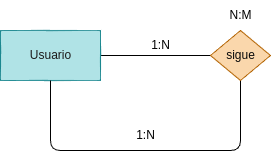
The draw.io diagram tareas/tarea-3/images/ejercicio8.drawio.png in betancorge/base-datos-2, before a commit. Source tidied: cells renumbered, new cells last; positions are measured from the earlier drawing's top-left corner, leaving out a move shared by most shapes.
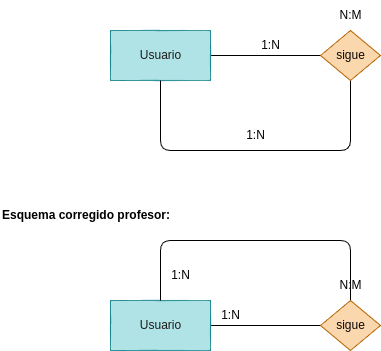
Above is the later version.

The edit, as a diff of the source:
```diff
@@ -28,5 +28,36 @@
     <mxCell id="8" value="1:N" style="text;html=1;align=center;verticalAlign=middle;strokeColor=none;fillColor=none;" parent="1" vertex="1">
       <mxGeometry x="125" y="120" width="40" height="30" as="geometry" />
     </mxCell>
+    <mxCell id="9" style="edgeStyle=none;html=1;entryX=0;entryY=0.5;entryDx=0;entryDy=0;endArrow=none;endFill=0;" parent="1" edge="1" source="10" target="12">
+      <mxGeometry relative="1" as="geometry" />
+    </mxCell>
+    <mxCell id="10" value="&lt;font color=&quot;#1d1b1b&quot;&gt;Usuario&lt;/font&gt;" style="html=1;dashed=0;whitespace=wrap;fillColor=#b0e3e6;strokeColor=#0e8088;" parent="1" vertex="1">
+      <mxGeometry y="300" width="100" height="50" as="geometry" />
+    </mxCell>
+    <mxCell id="11" style="edgeStyle=none;html=1;endArrow=none;endFill=0;" parent="1" edge="1" source="12">
+      <mxGeometry relative="1" as="geometry">
+        <mxPoint x="50" y="300" as="targetPoint" />
+        <Array as="points">
+          <mxPoint x="240" y="240" />
+          <mxPoint x="140" y="240" />
+          <mxPoint x="50" y="240" />
+        </Array>
+      </mxGeometry>
+    </mxCell>
+    <mxCell id="12" value="&lt;font color=&quot;#0a0a0a&quot;&gt;sigue&lt;/font&gt;" style="shape=rhombus;html=1;dashed=0;whitespace=wrap;perimeter=rhombusPerimeter;fillColor=#fad7ac;strokeColor=#b46504;" parent="1" vertex="1">
+      <mxGeometry x="210" y="300" width="60" height="50" as="geometry" />
+    </mxCell>
+    <mxCell id="13" value="N:M" style="text;html=1;align=center;verticalAlign=middle;strokeColor=none;fillColor=none;" parent="1" vertex="1">
+      <mxGeometry x="215" y="270" width="50" height="30" as="geometry" />
+    </mxCell>
+    <mxCell id="14" value="1:N" style="text;html=1;align=center;verticalAlign=middle;strokeColor=none;fillColor=none;" parent="1" vertex="1">
+      <mxGeometry x="100" y="300" width="40" height="30" as="geometry" />
+    </mxCell>
+    <mxCell id="15" value="1:N" style="text;html=1;align=center;verticalAlign=middle;strokeColor=none;fillColor=none;" parent="1" vertex="1">
+      <mxGeometry x="50" y="260" width="40" height="30" as="geometry" />
+    </mxCell>
+    <mxCell id="16" value="&lt;h1 style=&quot;margin-top: 0px;&quot;&gt;&lt;font style=&quot;font-size: 12px;&quot;&gt;Esquema corregido profesor:&lt;/font&gt;&lt;/h1&gt;" style="text;html=1;whiteSpace=wrap;overflow=hidden;rounded=0;" parent="1" vertex="1">
+      <mxGeometry x="-110" y="190" width="190" height="50" as="geometry" />
+    </mxCell>
   </root>
 </mxGraphModel>
```
